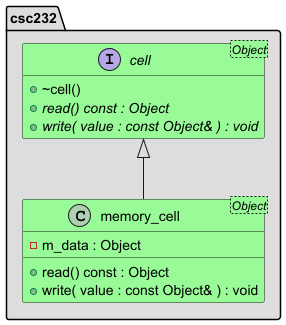
This is src/main/resources/class-diagram.png from msu-csc232-fa25/lectures, a PlantUML export, as it was before one commit.
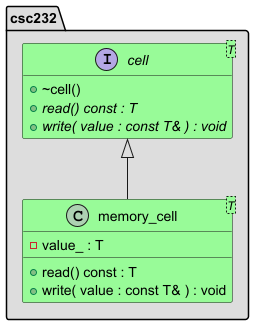
Above is the later version.

Commit message:
Lecture 2 - Memory Cell Class Template

The edit, as a diff of the source:
```diff
@@ -9,18 +9,18 @@
 namespace csc232 #DDDDDD {
 }
 
-interface csc232::cell<Object> {
+interface csc232::cell<T> {
 + ~cell()
-+ {abstract} read() const : Object
-+ {abstract} write( value : const Object& ) : void
++ {abstract} read() const : T
++ {abstract} write( value : const T& ) : void
 }
 
 csc232::cell <|-- csc232::memory_cell
 
-class csc232::memory_cell<Object> {
-- m_data : Object
-+ read() const : Object
-+ write( value : const Object& ) : void
+class csc232::memory_cell<T> {
+- value_ : T
++ read() const : T
++ write( value : const T& ) : void
 }
 
 show memory_cell fields
```
